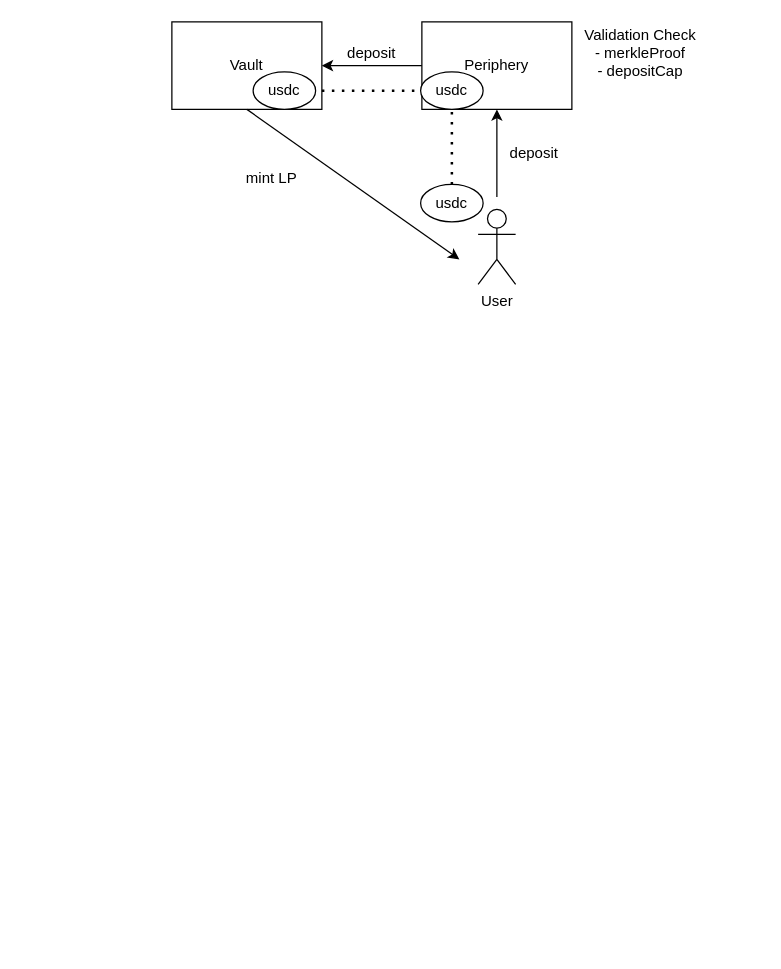
This is page "Overview" (1 of 2) of contracts/overview.drawio from orange-finance/alpha-contract, a draw.io file, before an edit. Source tidied: cells renumbered, new cells numbered last; positions are measured from the earlier drawing's top-left corner, leaving out a move shared by most shapes. Both pictures are drawn from the tidied source at 125%, with x=0, y=0 at pixel (171, 21).
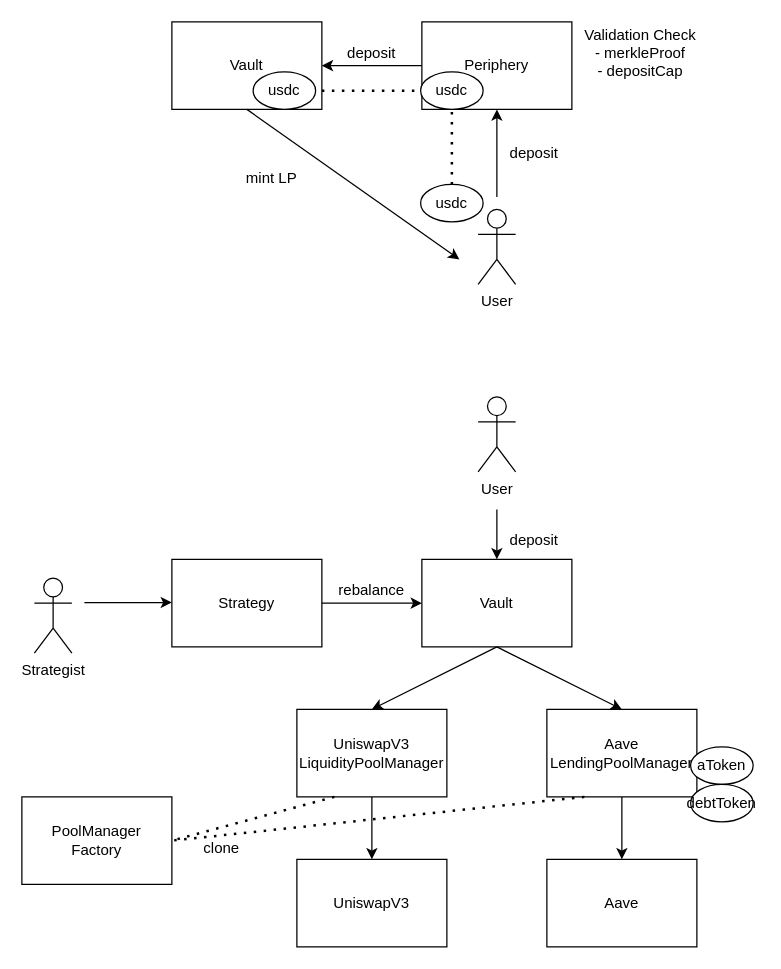
The same page after the edit.

Commit message (it also covers changes not shown here):
change vault to proxy

What changed in the source:
```diff
@@
+    <mxCell id="23" value="Strategy" style="rounded=0;whiteSpace=wrap;html=1;" parent="1" vertex="1">
+      <mxGeometry y="430" width="120" height="70" as="geometry" />
+    </mxCell>
+    <mxCell id="24" value="Vault" style="rounded=0;whiteSpace=wrap;html=1;" parent="1" vertex="1">
+      <mxGeometry x="200" y="430" width="120" height="70" as="geometry" />
+    </mxCell>
+    <mxCell id="25" value="User" style="shape=umlActor;verticalLabelPosition=bottom;verticalAlign=top;html=1;" parent="1" vertex="1">
+      <mxGeometry x="245" y="300" width="30" height="60" as="geometry" />
+    </mxCell>
+    <mxCell id="26" style="endArrow=classic;html=1;entryX=0;entryY=1;entryDx=0;entryDy=0;" parent="1" edge="1" target="27">
+      <mxGeometry relative="1" as="geometry">
+        <mxPoint x="260" y="390" as="sourcePoint" />
+      </mxGeometry>
+    </mxCell>
+    <mxCell id="27" value="deposit" style="text;html=1;strokeColor=none;fillColor=none;align=center;verticalAlign=middle;whiteSpace=wrap;rounded=0;" parent="1" vertex="1">
+      <mxGeometry x="260" y="400" width="60" height="30" as="geometry" />
+    </mxCell>
+    <mxCell id="28" style="endArrow=classic;html=1;entryX=0;entryY=0.5;entryDx=0;entryDy=0;exitX=1;exitY=0.5;exitDx=0;exitDy=0;" parent="1" edge="1" source="23" target="24">
+      <mxGeometry relative="1" as="geometry" />
+    </mxCell>
+    <mxCell id="29" style="endArrow=classic;html=1;exitX=0.5;exitY=1;exitDx=0;exitDy=0;entryX=0.5;entryY=0;entryDx=0;entryDy=0;" parent="1" edge="1" source="24" target="32">
+      <mxGeometry relative="1" as="geometry" />
+    </mxCell>
+    <mxCell id="30" value="rebalance" style="text;html=1;strokeColor=none;fillColor=none;align=center;verticalAlign=middle;whiteSpace=wrap;rounded=0;" parent="1" vertex="1">
+      <mxGeometry x="130" y="440" width="60" height="30" as="geometry" />
+    </mxCell>
+    <mxCell id="31" value="Strategist" style="shape=umlActor;verticalLabelPosition=bottom;verticalAlign=top;html=1;" parent="1" vertex="1">
+      <mxGeometry x="-110" y="445" width="30" height="60" as="geometry" />
+    </mxCell>
+    <mxCell id="32" value="UniswapV3&lt;br&gt;LiquidityPoolManager" style="rounded=0;whiteSpace=wrap;html=1;" parent="1" vertex="1">
+      <mxGeometry x="100" y="550" width="120" height="70" as="geometry" />
+    </mxCell>
+    <mxCell id="33" value="Aave&lt;br&gt;LendingPoolManager" style="rounded=0;whiteSpace=wrap;html=1;" parent="1" vertex="1">
+      <mxGeometry x="300" y="550" width="120" height="70" as="geometry" />
+    </mxCell>
+    <mxCell id="34" style="endArrow=classic;html=1;exitX=0.5;exitY=1;exitDx=0;exitDy=0;entryX=0.5;entryY=0;entryDx=0;entryDy=0;" parent="1" edge="1" source="24" target="33">
+      <mxGeometry relative="1" as="geometry" />
+    </mxCell>
+    <mxCell id="35" style="endArrow=classic;html=1;" parent="1" edge="1">
+      <mxGeometry relative="1" as="geometry">
+        <mxPoint x="-70" y="464.5" as="sourcePoint" />
+        <mxPoint y="464.5" as="targetPoint" />
+      </mxGeometry>
+    </mxCell>
+    <mxCell id="36" value="UniswapV3" style="rounded=0;whiteSpace=wrap;html=1;" parent="1" vertex="1">
+      <mxGeometry x="100" y="670" width="120" height="70" as="geometry" />
+    </mxCell>
+    <mxCell id="37" style="endArrow=classic;html=1;exitX=0.5;exitY=1;exitDx=0;exitDy=0;entryX=0.5;entryY=0;entryDx=0;entryDy=0;" parent="1" edge="1" source="32" target="36">
+      <mxGeometry relative="1" as="geometry" />
+    </mxCell>
+    <mxCell id="38" style="endArrow=classic;html=1;exitX=0.5;exitY=1;exitDx=0;exitDy=0;" parent="1" edge="1" source="33" target="39">
+      <mxGeometry relative="1" as="geometry" />
+    </mxCell>
+    <mxCell id="39" value="Aave" style="rounded=0;whiteSpace=wrap;html=1;" parent="1" vertex="1">
+      <mxGeometry x="300" y="670" width="120" height="70" as="geometry" />
+    </mxCell>
+    <mxCell id="40" style="group;" parent="1" vertex="1">
+      <mxGeometry x="410" y="580" width="60" height="30" as="geometry" />
+    </mxCell>
+    <mxCell id="41" style="ellipse;whiteSpace=wrap;html=1;" parent="40" vertex="1">
+      <mxGeometry x="5" width="50" height="30" as="geometry" />
+    </mxCell>
+    <mxCell id="42" value="aToken" style="text;html=1;strokeColor=none;fillColor=none;align=center;verticalAlign=middle;whiteSpace=wrap;rounded=0;" parent="40" vertex="1">
+      <mxGeometry width="60" height="30" as="geometry" />
+    </mxCell>
+    <mxCell id="43" style="group;" parent="1" vertex="1">
+      <mxGeometry x="410" y="610" width="60" height="30" as="geometry" />
+    </mxCell>
+    <mxCell id="44" style="ellipse;whiteSpace=wrap;html=1;" parent="43" vertex="1">
+      <mxGeometry x="5" width="50" height="30" as="geometry" />
+    </mxCell>
+    <mxCell id="45" value="debtToken" style="text;html=1;strokeColor=none;fillColor=none;align=center;verticalAlign=middle;whiteSpace=wrap;rounded=0;" parent="43" vertex="1">
+      <mxGeometry width="60" height="30" as="geometry" />
+    </mxCell>
+    <mxCell id="46" value="PoolManager&lt;br&gt;Factory" style="rounded=0;whiteSpace=wrap;html=1;" parent="1" vertex="1">
+      <mxGeometry x="-120" y="620" width="120" height="70" as="geometry" />
+    </mxCell>
+    <mxCell id="47" style="endArrow=none;dashed=1;html=1;dashPattern=1 3;strokeWidth=2;exitX=0.25;exitY=1;exitDx=0;exitDy=0;entryX=1;entryY=0.5;entryDx=0;entryDy=0;" parent="1" edge="1" source="32" target="46">
+      <mxGeometry relative="1" as="geometry" />
+    </mxCell>
+    <mxCell id="48" style="endArrow=none;dashed=1;html=1;dashPattern=1 3;strokeWidth=2;exitX=0.25;exitY=1;exitDx=0;exitDy=0;entryX=1;entryY=0.5;entryDx=0;entryDy=0;" parent="1" edge="1" source="33" target="46">
+      <mxGeometry relative="1" as="geometry" />
+    </mxCell>
+    <mxCell id="49" value="clone" style="text;html=1;strokeColor=none;fillColor=none;align=center;verticalAlign=middle;whiteSpace=wrap;rounded=0;" parent="1" vertex="1">
+      <mxGeometry x="10" y="646" width="60" height="30" as="geometry" />
+    </mxCell>
```
